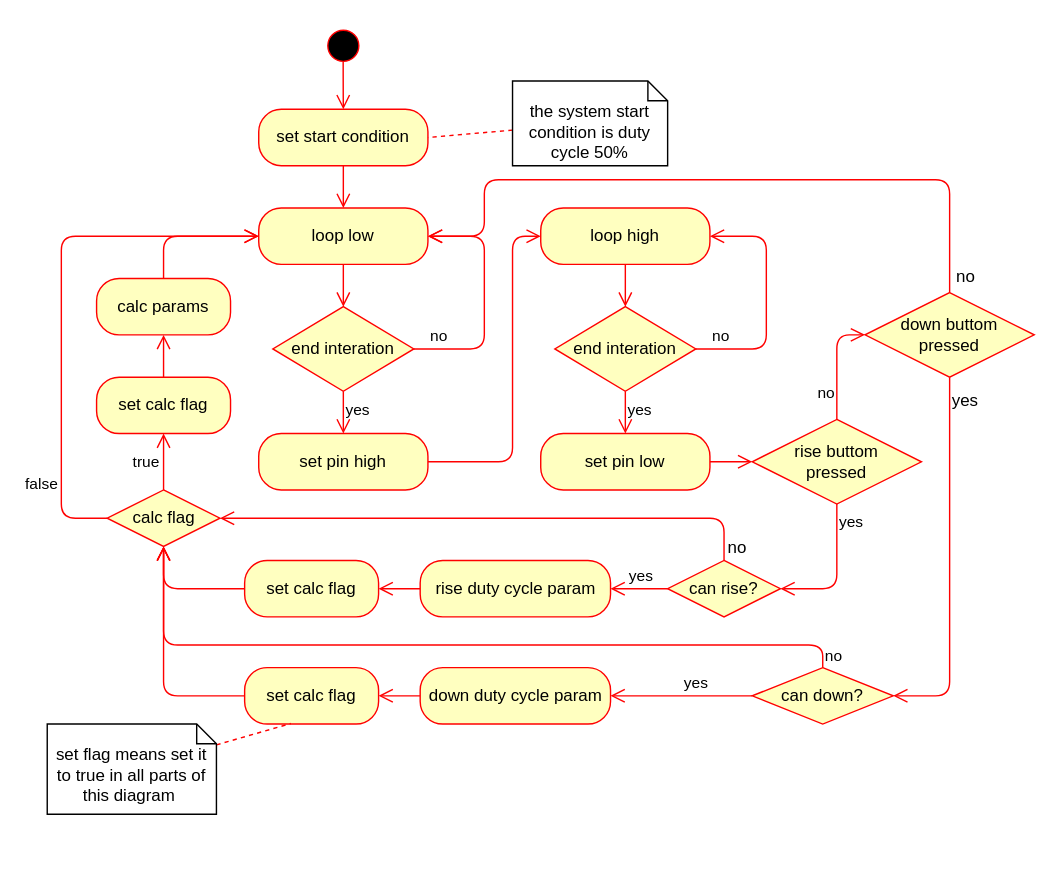
Earlier version of the draw.io diagram documents/Lab1/Txx_Lab1.drawio (beltraoluis/EmbeddedSystems). Source tidied: cells renumbered, new cells numbered last; positions are measured from the earlier drawing's top-left corner, leaving out a move shared by most shapes. Both pictures are drawn from the tidied source at 141%, with x=0, y=0 at pixel (47, 24).
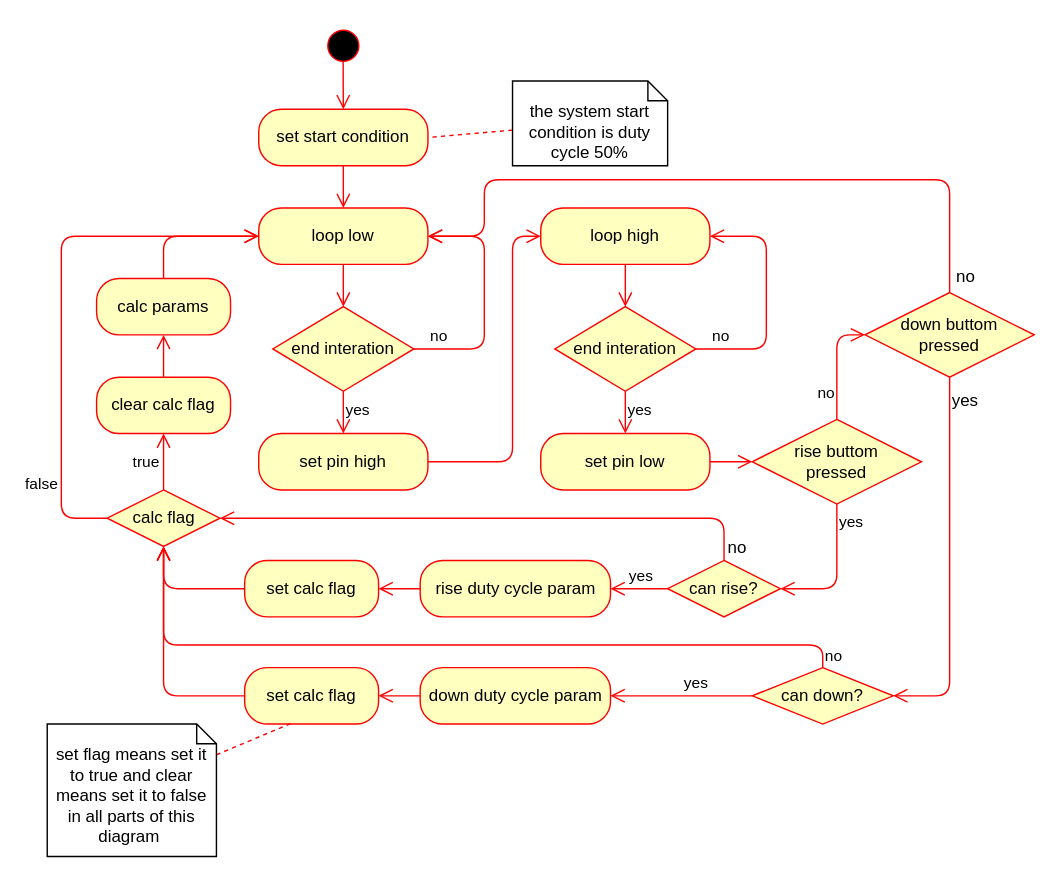
After the change.

What changed in the source:
```diff
@@
-    <mxCell id="42" value="set calc flag" style="rounded=1;whiteSpace=wrap;html=1;arcSize=40;fontColor=#000000;fillColor=#ffffc0;strokeColor=#ff0000;" parent="1" vertex="1">
+    <mxCell id="42" value="clear calc flag" style="rounded=1;whiteSpace=wrap;html=1;arcSize=40;fontColor=#000000;fillColor=#ffffc0;strokeColor=#ff0000;" parent="1" vertex="1">
       <mxGeometry x="35" y="250" width="95" height="40" as="geometry" />
     </mxCell>
@@
-    <mxCell id="53" value="&lt;br&gt;set flag means set it to true in all parts of this diagram&amp;nbsp;" style="shape=note;whiteSpace=wrap;html=1;size=14;verticalAlign=top;align=center;spacingTop=-6;" parent="1" vertex="1">
-      <mxGeometry y="496" width="120" height="64" as="geometry" />
+    <mxCell id="53" value="&lt;br&gt;set flag means set it to true and clear means set it to false in all parts of this diagram&amp;nbsp;" style="shape=note;whiteSpace=wrap;html=1;size=14;verticalAlign=top;align=center;spacingTop=-6;" parent="1" vertex="1">
+      <mxGeometry y="496" width="120" height="94" as="geometry" />
     </mxCell>
```
